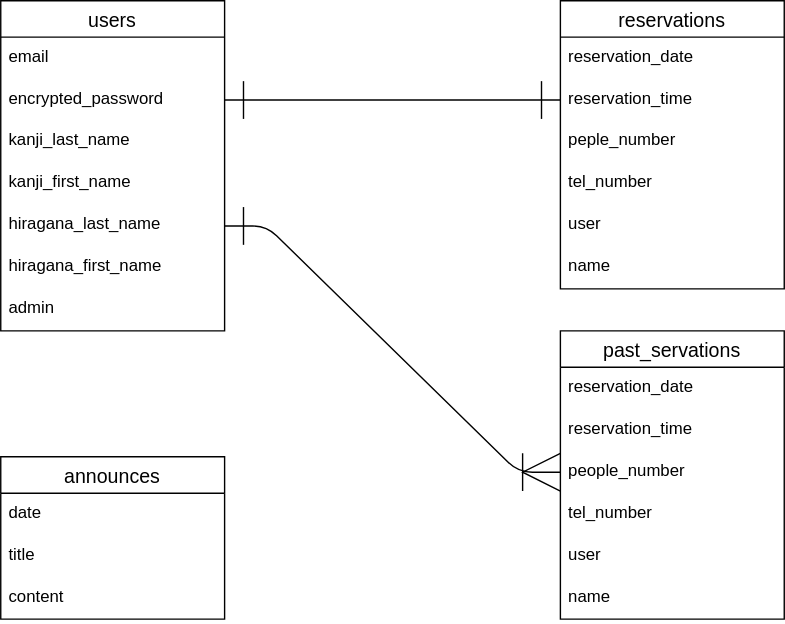
The draw.io diagram small-cafe.drawio.svg in kenken-1275/small-cafe, before a commit. Source tidied: cells renumbered, new cells last; positions are measured from the earlier drawing's top-left corner, leaving out a move shared by most shapes.
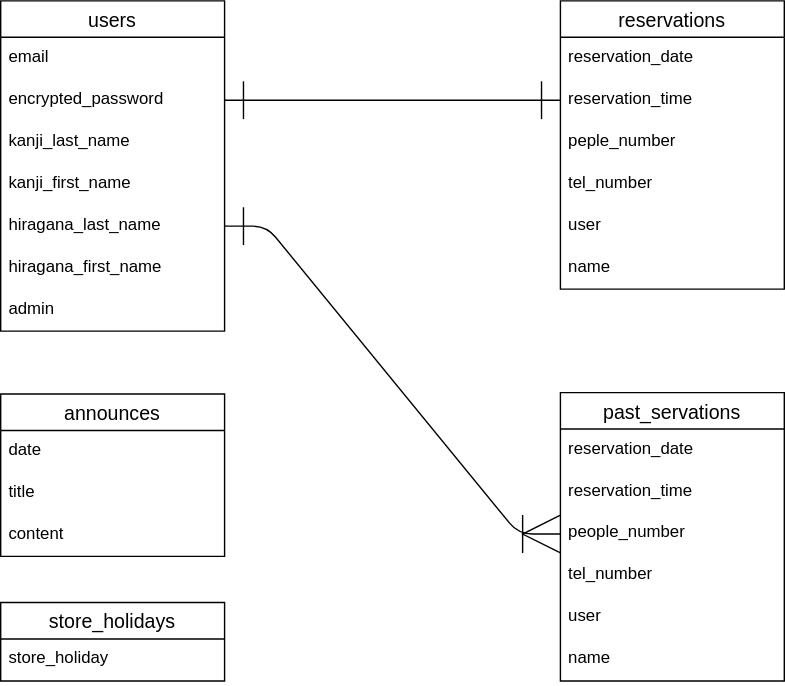
The same diagram one commit later.

Diff of the diagram source:
```diff
@@ -48,7 +48,7 @@
       <mxGeometry y="176" width="160" height="30" as="geometry" />
     </mxCell>
     <mxCell id="17" value="announces" style="swimlane;fontStyle=0;horizontal=1;startSize=26;align=center;fontSize=14;" parent="1" vertex="1">
-      <mxGeometry y="326" width="160" height="116" as="geometry" />
+      <mxGeometry y="281" width="160" height="116" as="geometry" />
     </mxCell>
     <mxCell id="18" value="date" style="text;strokeColor=none;fillColor=none;spacingLeft=4;spacingRight=4;overflow=hidden;fontSize=12;" parent="17" vertex="1">
       <mxGeometry y="26" width="160" height="30" as="geometry" />
@@ -63,7 +63,7 @@
       <mxGeometry relative="1" as="geometry" />
     </mxCell>
     <mxCell id="22" value="past_servations" style="swimlane;fontStyle=0;horizontal=1;startSize=26;align=center;fontSize=14;" parent="1" vertex="1">
-      <mxGeometry x="400" y="236" width="160" height="206" as="geometry" />
+      <mxGeometry x="400" y="280" width="160" height="206" as="geometry" />
     </mxCell>
     <mxCell id="23" value="reservation_date" style="text;strokeColor=none;fillColor=none;spacingLeft=4;spacingRight=4;overflow=hidden;fontSize=12;" parent="22" vertex="1">
       <mxGeometry y="26" width="160" height="30" as="geometry" />
@@ -86,5 +86,11 @@
     <mxCell id="29" style="edgeStyle=entityRelationEdgeStyle;fontSize=12;html=1;endArrow=ERoneToMany;exitX=1;exitY=0.5;exitDx=0;exitDy=0;endSize=25;startSize=25;startArrow=ERone;startFill=0;" parent="1" edge="1" source="7" target="25">
       <mxGeometry relative="1" as="geometry" />
     </mxCell>
+    <mxCell id="30" value="store_holidays" style="swimlane;fontStyle=0;horizontal=1;startSize=26;align=center;fontSize=14;" parent="1" vertex="1">
+      <mxGeometry y="430" width="160" height="56" as="geometry" />
+    </mxCell>
+    <mxCell id="31" value="store_holiday" style="text;strokeColor=none;fillColor=none;spacingLeft=4;spacingRight=4;overflow=hidden;fontSize=12;" parent="30" vertex="1">
+      <mxGeometry y="26" width="160" height="30" as="geometry" />
+    </mxCell>
   </root>
 </mxGraphModel>
```
